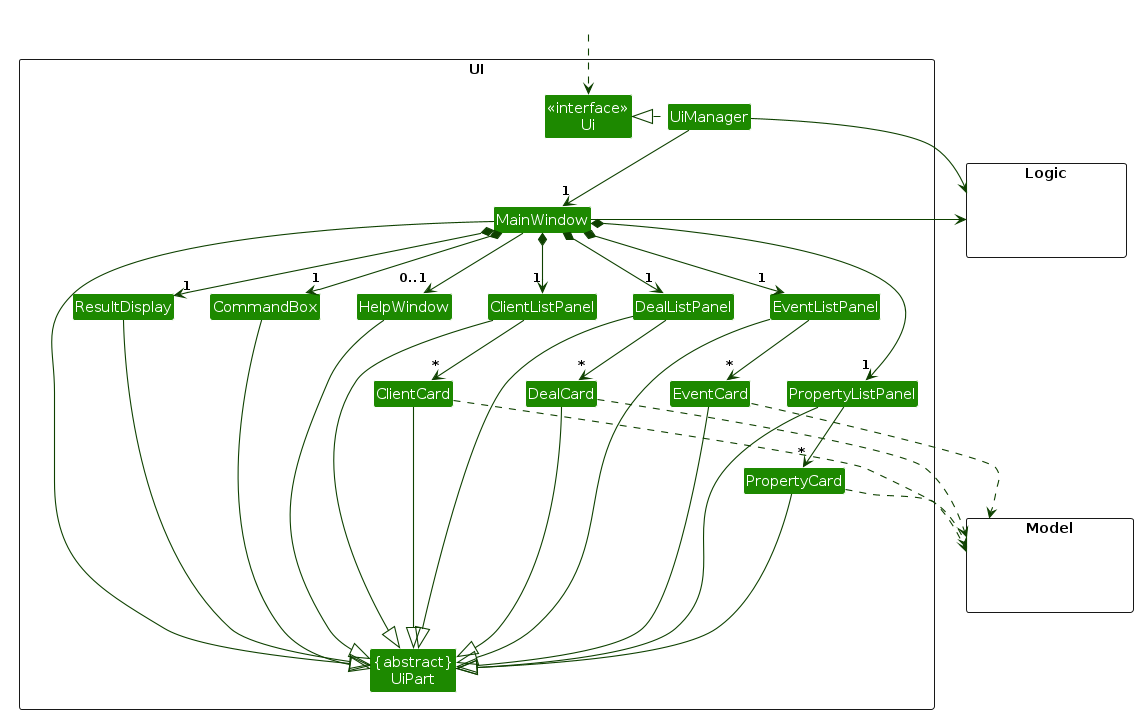
githubcsuser/tp keeps this PlantUML diagram as diagrams/UiClassDiagram.png. Above is the earlier version. Its source is kept beside it as diagrams/UiClassDiagram.puml. The source it was exported from:
```plantuml
@startuml
!include style.puml
skinparam arrowThickness 1.1
skinparam arrowColor UI_COLOR_T4
skinparam classBackgroundColor UI_COLOR

package UI <<Rectangle>>{
Class "<<interface>>\nUi" as Ui
Class "{abstract}\nUiPart" as UiPart
Class UiManager
Class MainWindow
Class HelpWindow
Class ResultDisplay
Class ClientListPanel
Class DealListPanel
Class EventListPanel
Class PropertyListPanel
Class ClientCard
Class DealCard
Class EventCard
Class PropertyCard
Class CommandBox
}

package Model <<Rectangle>> {
Class HiddenModel #FFFFFF
}

package Logic <<Rectangle>> {
Class HiddenLogic #FFFFFF
}

Class HiddenOutside #FFFFFF
HiddenOutside ..> Ui

UiManager .left.|> Ui
UiManager -down-> "1" MainWindow
MainWindow *-down->  "1" CommandBox
MainWindow *-down-> "1" ResultDisplay
MainWindow *-down-> "1" ClientListPanel
MainWindow *-down-> "1" DealListPanel
MainWindow *-down-> "1" EventListPanel
MainWindow *-down-> "1" PropertyListPanel
MainWindow --> "0..1" HelpWindow

ClientListPanel -down-> "*" ClientCard
DealListPanel -down-> "*" DealCard
EventListPanel -down-> "*" EventCard
PropertyListPanel -down-> "*" PropertyCard

MainWindow -left-|> UiPart

ResultDisplay --|> UiPart
CommandBox --|> UiPart
ClientListPanel --|> UiPart
DealListPanel --|> UiPart
EventListPanel --|> UiPart
PropertyListPanel --|> UiPart
ClientCard ----|> UiPart
DealCard ----|> UiPart
EventCard ----|> UiPart
PropertyCard ---|> UiPart
HelpWindow --|> UiPart

ClientCard ..> Model
DealCard ..> Model
EventCard ..> Model
PropertyCard ..> Model
UiManager -right-> Logic
MainWindow -left-> Logic

ClientListPanel -[hidden]left- HelpWindow
HelpWindow -[hidden]left- CommandBox
CommandBox -[hidden]left- ResultDisplay

MainWindow -[hidden]-|> UiPart
@enduml
```
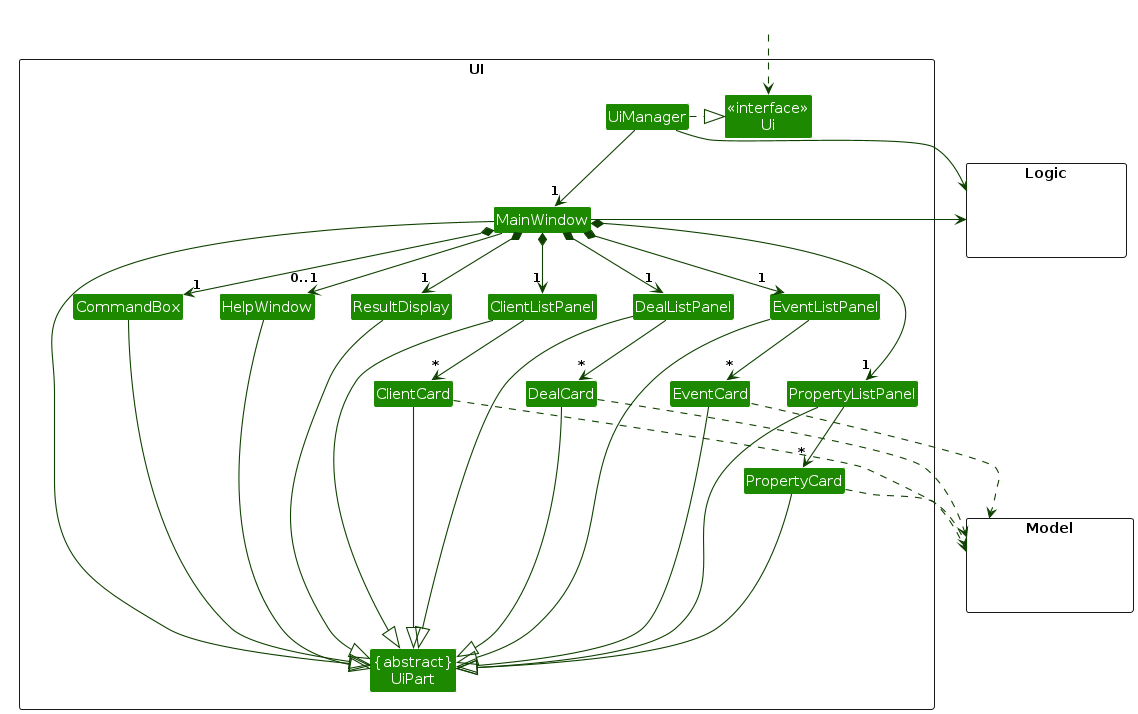
After the commit.

What changed in the source:
```diff
@@ -33,7 +33,7 @@
 Class HiddenOutside #FFFFFF
 HiddenOutside ..> Ui
 
-UiManager .left.|> Ui
+UiManager .right.|> Ui
 UiManager -down-> "1" MainWindow
 MainWindow *-down->  "1" CommandBox
 MainWindow *-down-> "1" ResultDisplay
@@ -71,7 +71,7 @@
 
 ClientListPanel -[hidden]left- HelpWindow
 HelpWindow -[hidden]left- CommandBox
-CommandBox -[hidden]left- ResultDisplay
+CommandBox -[hidden]right- ResultDisplay
 
 MainWindow -[hidden]-|> UiPart
 @enduml
```
